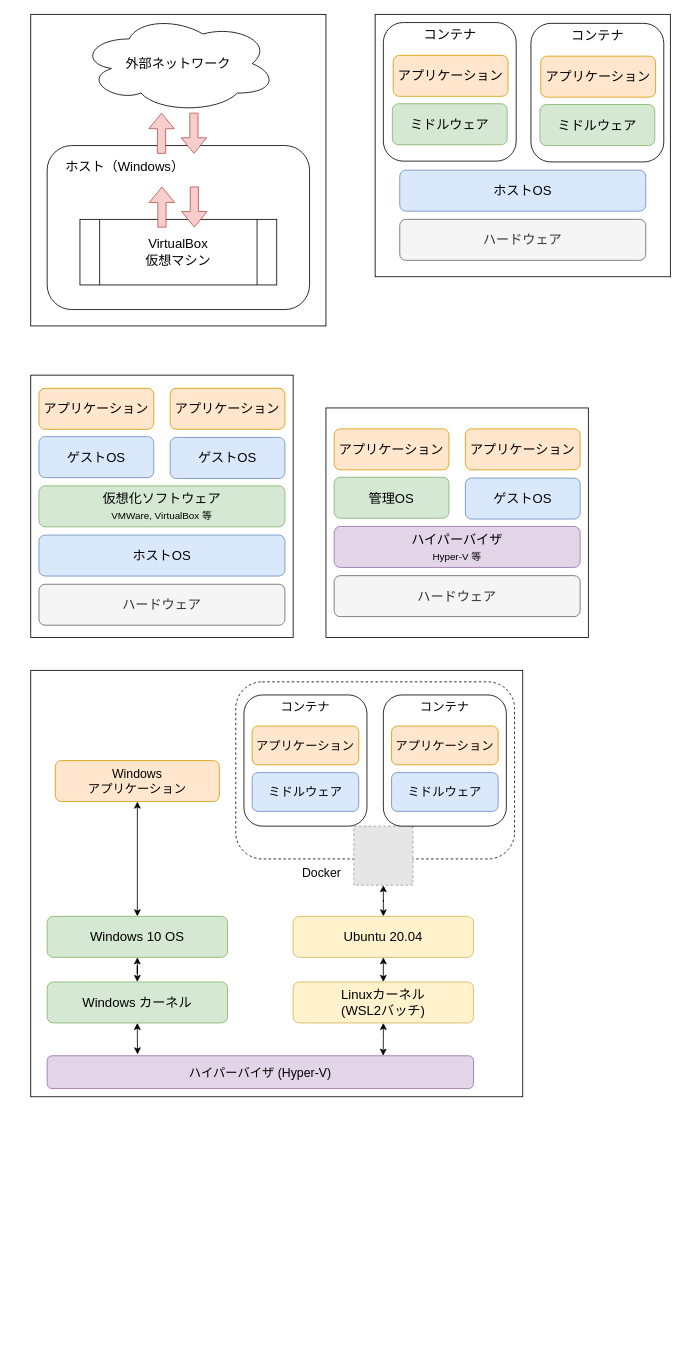
This is 02-docker/img/virtualization.drawio from amenoyoya/server-manual, a draw.io file, before an edit. Source tidied: cells renumbered, new cells numbered last; positions are measured from the earlier drawing's top-left corner, leaving out a move shared by most shapes. Both pictures are drawn from the tidied source at 82%, with x=0, y=0 at pixel (30, 14). Pictures stored in the file or linked from it are replaced by grey dashed boxes.
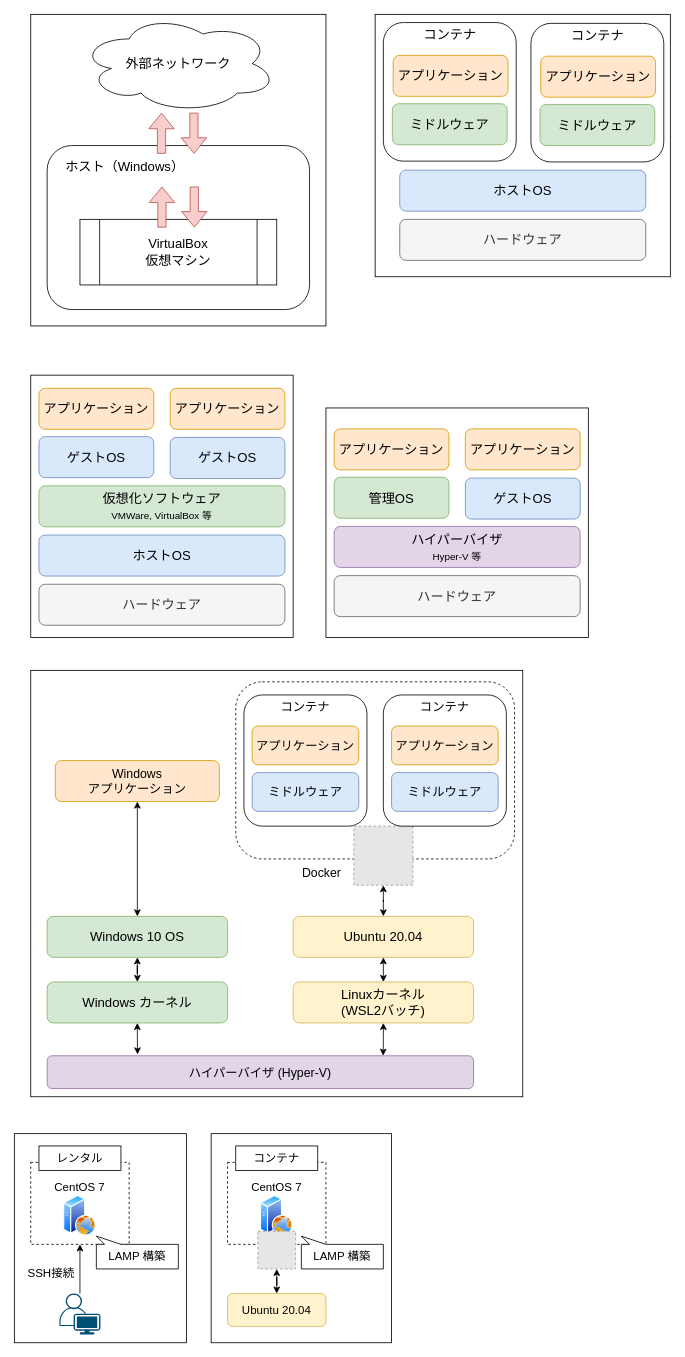
The same diagram, later.

Diff of the diagram source:
```diff
@@
+    <mxCell id="65" style="rounded=0;whiteSpace=wrap;html=1;fontSize=14;" parent="1" vertex="1">
+      <mxGeometry x="220" y="1365" width="220" height="255" as="geometry" />
+    </mxCell>
+    <mxCell id="66" style="rounded=0;whiteSpace=wrap;html=1;fillColor=#ffffff;fontSize=14;" parent="1" vertex="1">
+      <mxGeometry x="-20" y="1365" width="210" height="255" as="geometry" />
+    </mxCell>
+    <mxCell id="67" style="rounded=0;whiteSpace=wrap;html=1;fillColor=none;dashed=1;" parent="1" vertex="1">
+      <mxGeometry y="1400" width="120" height="100" as="geometry" />
+    </mxCell>
@@
+    <mxCell id="68" style="edgeStyle=orthogonalEdgeStyle;rounded=0;jettySize=auto;html=1;entryX=0.5;entryY=1;entryDx=0;entryDy=0;fontSize=14;" parent="1" edge="1" source="69" target="67">
+      <mxGeometry relative="1" as="geometry" />
+    </mxCell>
+    <mxCell id="69" style="points=[[0.35,0,0],[0.98,0.51,0],[1,0.71,0],[0.67,1,0],[0,0.795,0],[0,0.65,0]];verticalLabelPosition=bottom;html=1;verticalAlign=top;align=center;shape=mxgraph.cisco19.user;fillColor=#005073;strokeColor=none;" parent="1" vertex="1">
+      <mxGeometry x="35" y="1560" width="50" height="50" as="geometry" />
+    </mxCell>
+    <mxCell id="70" style="perimeter=ellipsePerimeter;html=1;align=center;shadow=0;dashed=0;spacingTop=3;image;image=img/lib/active_directory/web_server.svg;" parent="1" vertex="1">
+      <mxGeometry x="40" y="1440" width="40" height="50" as="geometry" />
+    </mxCell>
+    <mxCell id="71" value="CentOS 7" style="text;html=1;strokeColor=none;fillColor=none;align=center;verticalAlign=middle;whiteSpace=wrap;rounded=0;dashed=1;fontSize=14;" parent="1" vertex="1">
+      <mxGeometry x="20" y="1420" width="80" height="20" as="geometry" />
+    </mxCell>
+    <mxCell id="72" value="レンタル" style="rounded=0;whiteSpace=wrap;html=1;fontSize=14;" parent="1" vertex="1">
+      <mxGeometry x="10" y="1380" width="100" height="30" as="geometry" />
+    </mxCell>
+    <mxCell id="73" value="SSH接続" style="text;html=1;strokeColor=none;fillColor=none;align=center;verticalAlign=middle;whiteSpace=wrap;rounded=0;fontSize=14;" parent="1" vertex="1">
+      <mxGeometry x="-10" y="1520" width="70" height="30" as="geometry" />
+    </mxCell>
+    <mxCell id="74" value="LAMP 構築" style="shape=callout;whiteSpace=wrap;html=1;perimeter=calloutPerimeter;fillColor=#ffffff;fontSize=14;direction=west;size=10;position=0.7;position2=1;" parent="1" vertex="1">
+      <mxGeometry x="80" y="1490" width="100" height="40" as="geometry" />
+    </mxCell>
+    <mxCell id="75" value="Ubuntu 20.04" style="rounded=1;whiteSpace=wrap;html=1;fontSize=14;fillColor=#fff2cc;strokeColor=#d6b656;" parent="1" vertex="1">
+      <mxGeometry x="240" y="1560" width="120" height="40" as="geometry" />
+    </mxCell>
+    <mxCell id="76" style="rounded=0;whiteSpace=wrap;html=1;fillColor=none;dashed=1;" parent="1" vertex="1">
+      <mxGeometry x="240" y="1400" width="120" height="100" as="geometry" />
+    </mxCell>
+    <mxCell id="77" style="perimeter=ellipsePerimeter;html=1;align=center;shadow=0;dashed=0;spacingTop=3;image;image=img/lib/active_directory/web_server.svg;" parent="1" vertex="1">
+      <mxGeometry x="280" y="1440" width="40" height="50" as="geometry" />
+    </mxCell>
+    <mxCell id="78" value="CentOS 7" style="text;html=1;strokeColor=none;fillColor=none;align=center;verticalAlign=middle;whiteSpace=wrap;rounded=0;dashed=1;fontSize=14;" parent="1" vertex="1">
+      <mxGeometry x="260" y="1420" width="80" height="20" as="geometry" />
+    </mxCell>
+    <mxCell id="79" value="コンテナ" style="rounded=0;whiteSpace=wrap;html=1;fontSize=14;" parent="1" vertex="1">
+      <mxGeometry x="250" y="1380" width="100" height="30" as="geometry" />
+    </mxCell>
+    <mxCell id="80" value="LAMP 構築" style="shape=callout;whiteSpace=wrap;html=1;perimeter=calloutPerimeter;fillColor=#ffffff;fontSize=14;direction=west;size=10;position=0.7;position2=1;" parent="1" vertex="1">
+      <mxGeometry x="330" y="1490" width="100" height="40" as="geometry" />
+    </mxCell>
+    <mxCell id="81" style="edgeStyle=orthogonalEdgeStyle;rounded=0;jettySize=auto;html=1;entryX=0.5;entryY=0;entryDx=0;entryDy=0;fontSize=14;startArrow=classic;startFill=1;" parent="1" edge="1" source="82" target="75">
+      <mxGeometry relative="1" as="geometry" />
+    </mxCell>
+    <mxCell id="82" style="fillColor=#E6E6E6;strokeColor=#999999;dashed=1;html=1;verticalAlign=top;verticalLabelPosition=bottom;labelBackgroundColor=#ffffff;fontSize=15;" parent="1" vertex="1">
+      <mxGeometry x="277" y="1484" width="46" height="46" as="geometry" />
+    </mxCell>
```
